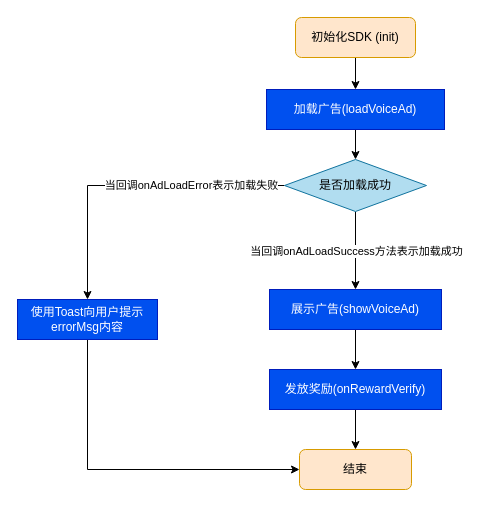
Before: 流程图/语音红包流程.drawio in wairdell/Draw.io, a draw.io diagram. Source tidied: cells renumbered, new cells numbered last; positions are measured from the earlier drawing's top-left corner, leaving out a move shared by most shapes. Both pictures are drawn from the tidied source at 100%, with x=0, y=0 at pixel (17, 17).
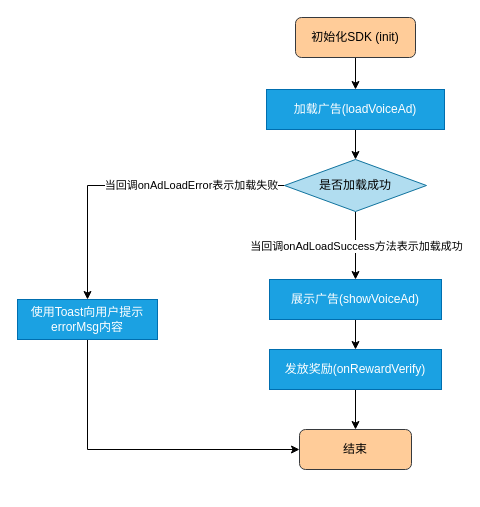
After the change.

Commit message (it also covers changes not shown here):
更新语音红包流程.drawio

What changed in the source:
```diff
@@
 <mxGraphModel>
   <root>
     <mxCell id="0" />
     <mxCell id="1" parent="0" />
     <mxCell id="2" style="edgeStyle=orthogonalEdgeStyle;rounded=0;jettySize=auto;html=1;entryX=0.5;entryY=0;entryDx=0;entryDy=0;" parent="1" edge="1" source="3" target="10">
       <mxGeometry relative="1" as="geometry" />
     </mxCell>
-    <mxCell id="3" value="初始化SDK (init)" style="rounded=1;whiteSpace=wrap;html=1;fontSize=12;glass=0;strokeWidth=1;shadow=0;fillColor=#ffe6cc;strokeColor=#d79b00;" parent="1" vertex="1">
+    <mxCell id="3" value="初始化SDK (init)" style="rounded=1;whiteSpace=wrap;html=1;fontSize=12;glass=0;strokeWidth=1;shadow=0;fillColor=#ffcc99;strokeColor=#36393d;" parent="1" vertex="1">
       <mxGeometry x="278" width="120" height="40" as="geometry" />
     </mxCell>
     <mxCell id="4" style="edgeStyle=orthogonalEdgeStyle;rounded=0;jettySize=auto;html=1;entryX=0.5;entryY=0;entryDx=0;entryDy=0;" parent="1" edge="1" source="8" target="13">
       <mxGeometry relative="1" as="geometry" />
     </mxCell>
     <mxCell id="5" value="当回调onAdLoadSuccess方法表示加载成功" style="edgeLabel;html=1;align=center;verticalAlign=middle;" parent="4" vertex="1">
       <mxGeometry x="-0.01" y="-3" relative="1" as="geometry">
         <mxPoint x="3" as="offset" />
       </mxGeometry>
     </mxCell>
     <mxCell id="6" style="edgeStyle=orthogonalEdgeStyle;rounded=0;jettySize=auto;html=1;entryX=0.5;entryY=0;entryDx=0;entryDy=0;" parent="1" edge="1" source="8" target="17">
       <mxGeometry relative="1" as="geometry" />
     </mxCell>
     <mxCell id="7" value="当回调onAdLoadError表示加载失败" style="edgeLabel;html=1;align=center;verticalAlign=middle;" parent="6" vertex="1">
       <mxGeometry x="-0.4" y="-3" relative="1" as="geometry">
         <mxPoint x="-1" y="2" as="offset" />
       </mxGeometry>
     </mxCell>
     <mxCell id="8" value="是否加载成功" style="rhombus;whiteSpace=wrap;html=1;fillColor=#b1ddf0;strokeColor=#10739e;" parent="1" vertex="1">
       <mxGeometry x="267" y="142" width="142" height="52" as="geometry" />
     </mxCell>
     <mxCell id="9" style="edgeStyle=orthogonalEdgeStyle;rounded=0;jettySize=auto;html=1;entryX=0.5;entryY=0;entryDx=0;entryDy=0;" parent="1" edge="1" source="10" target="8">
       <mxGeometry relative="1" as="geometry" />
     </mxCell>
-    <mxCell id="10" value="加载广告(loadVoiceAd)" style="rounded=0;whiteSpace=wrap;html=1;fillColor=#0050ef;fontColor=#ffffff;strokeColor=#001DBC;" parent="1" vertex="1">
+    <mxCell id="10" value="加载广告(loadVoiceAd)" style="rounded=0;whiteSpace=wrap;html=1;fillColor=#1ba1e2;strokeColor=#006EAF;fontColor=#ffffff;" parent="1" vertex="1">
       <mxGeometry x="249" y="72" width="178" height="40" as="geometry" />
     </mxCell>
-    <mxCell id="11" value="结束" style="rounded=1;whiteSpace=wrap;html=1;fillColor=#ffe6cc;strokeColor=#d79b00;" parent="1" vertex="1">
-      <mxGeometry x="282" y="432" width="112" height="40" as="geometry" />
+    <mxCell id="11" value="结束" style="rounded=1;whiteSpace=wrap;html=1;fillColor=#ffcc99;strokeColor=#36393d;" parent="1" vertex="1">
+      <mxGeometry x="282" y="412" width="112" height="40" as="geometry" />
     </mxCell>
     <mxCell id="12" style="edgeStyle=orthogonalEdgeStyle;rounded=0;jettySize=auto;html=1;entryX=0.5;entryY=0;entryDx=0;entryDy=0;" parent="1" edge="1" source="13" target="15">
       <mxGeometry relative="1" as="geometry" />
     </mxCell>
-    <mxCell id="13" value="展示广告(showVoiceAd)" style="rounded=0;whiteSpace=wrap;html=1;fillColor=#0050ef;fontColor=#ffffff;strokeColor=#001DBC;" parent="1" vertex="1">
-      <mxGeometry x="252" y="272" width="172" height="40" as="geometry" />
+    <mxCell id="13" value="展示广告(showVoiceAd)" style="rounded=0;whiteSpace=wrap;html=1;fillColor=#1ba1e2;strokeColor=#006EAF;fontColor=#ffffff;" parent="1" vertex="1">
+      <mxGeometry x="252" y="262" width="172" height="40" as="geometry" />
     </mxCell>
     <mxCell id="14" style="edgeStyle=orthogonalEdgeStyle;rounded=0;jettySize=auto;html=1;entryX=0.5;entryY=0;entryDx=0;entryDy=0;" parent="1" edge="1" source="15" target="11">
       <mxGeometry relative="1" as="geometry" />
     </mxCell>
-    <mxCell id="15" value="发放奖励(onRewardVerify)" style="rounded=0;whiteSpace=wrap;html=1;fillColor=#0050ef;fontColor=#ffffff;strokeColor=#001DBC;" parent="1" vertex="1">
-      <mxGeometry x="252" y="352" width="172" height="40" as="geometry" />
+    <mxCell id="15" value="发放奖励(onRewardVerify)" style="rounded=0;whiteSpace=wrap;html=1;fillColor=#1ba1e2;strokeColor=#006EAF;fontColor=#ffffff;" parent="1" vertex="1">
+      <mxGeometry x="252" y="332" width="172" height="40" as="geometry" />
     </mxCell>
     <mxCell id="16" style="edgeStyle=orthogonalEdgeStyle;rounded=0;jettySize=auto;html=1;entryX=0;entryY=0.5;entryDx=0;entryDy=0;exitX=0.5;exitY=1;exitDx=0;exitDy=0;" parent="1" edge="1" source="17" target="11">
       <mxGeometry relative="1" as="geometry" />
     </mxCell>
-    <mxCell id="17" value="使用Toast向用户提示errorMsg内容" style="rounded=0;whiteSpace=wrap;html=1;fillColor=#0050ef;fontColor=#ffffff;strokeColor=#001DBC;" parent="1" vertex="1">
+    <mxCell id="17" value="使用Toast向用户提示errorMsg内容" style="rounded=0;whiteSpace=wrap;html=1;fillColor=#1ba1e2;strokeColor=#006EAF;fontColor=#ffffff;" parent="1" vertex="1">
       <mxGeometry y="282" width="140" height="40" as="geometry" />
     </mxCell>
   </root>
 </mxGraphModel>
```
